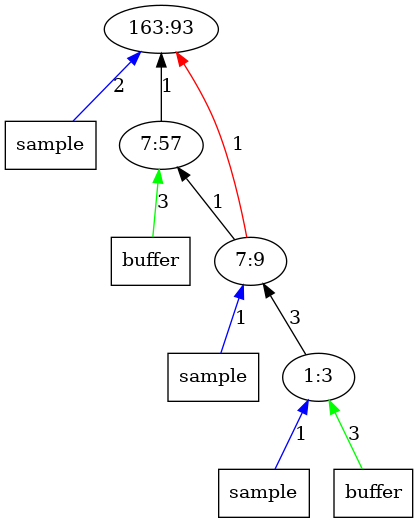
Earlier version of the Graphviz export outputImages/op93.png.png (AbhikKhan/MTP_IITG). Its source is kept beside it as outputTrees/op93.dot.
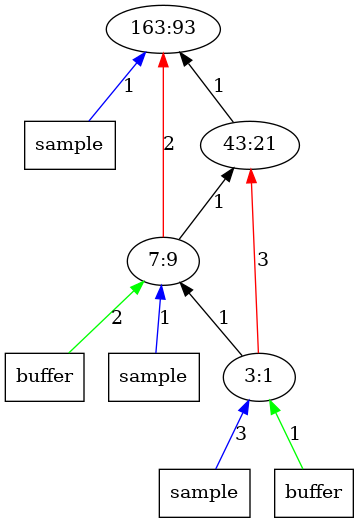
The same diagram one commit later.

The edit, as a diff of the source:
```diff
@@ -1,21 +1,22 @@
 digraph Tree{
 	rankdir="BT"
-	x11 -> 1 [label = "2", color = "blue"];
+	x11 -> 1 [label = "1", color = "blue"];
 	x11 [label = "sample", shape = "box"];
 	1 [label = "163:93"];
 	2 -> 1 [label = "1", color = "black"];
-	x22 -> 2 [label = "3", color = "green"];
-	x22 [label = "buffer", shape = "box"];
-	2 [label = "7:57"];
+	2 [label = "43:21"];
 	3 -> 2 [label = "1", color = "black"];
-	3 -> 1 [label = "1", color = "red"];
+	x32 -> 3 [label = "2", color = "green"];
+	x32 [label = "buffer", shape = "box"];
+	3 -> 1 [label = "2", color = "red"];
 	x31 -> 3 [label = "1", color = "blue"];
 	x31 [label = "sample", shape = "box"];
 	3 [label = "7:9"];
-	4 -> 3 [label = "3", color = "black"];
-	x41 -> 4 [label = "1", color = "blue"];
+	4 -> 3 [label = "1", color = "black"];
+	4 -> 2 [label = "3", color = "red"];
+	x41 -> 4 [label = "3", color = "blue"];
 	x41 [label = "sample", shape = "box"];
-	x42 -> 4 [label = "3", color = "green"];
+	x42 -> 4 [label = "1", color = "green"];
 	x42 [label = "buffer", shape = "box"];
-	4 [label = "1:3"];
+	4 [label = "3:1"];
 }
```
